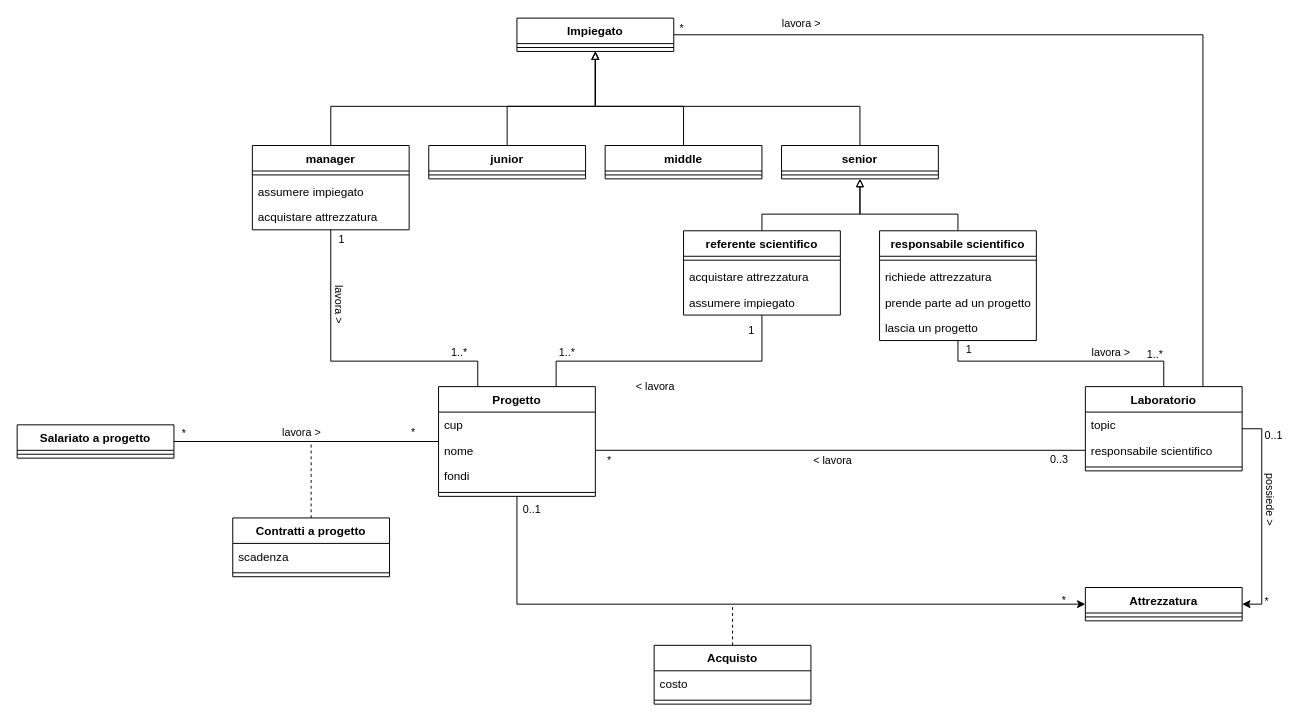
roberto-ingenito-progetto-OO-BD/progetto_OO_BD keeps this draw.io diagram as object_orientation/schemi/class diagram dominio del problema.drawio. Above is the earlier version. Source tidied: cells renumbered, new cells numbered last; positions are measured from the earlier drawing's top-left corner, leaving out a move shared by most shapes. Both pictures are drawn from the tidied source at 98%, with x=0, y=0 at pixel (17, 18).
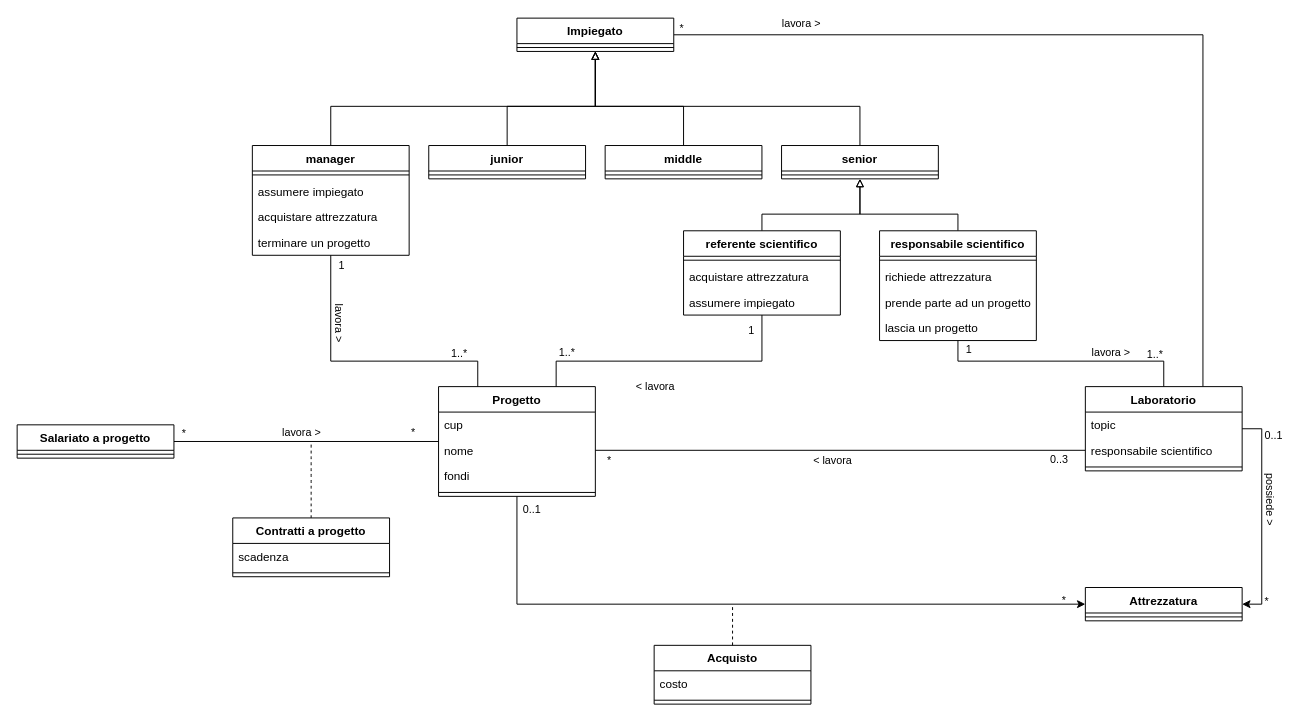
After the change.

Commit message:
aggiornato class diagriam problema

Change to the diagram source:
```diff
@@
     <mxCell id="58" value="manager" style="swimlane;fontStyle=1;align=center;verticalAlign=top;horizontal=1;startSize=26;" parent="1" vertex="1">
-      <mxGeometry x="240" y="130" width="160" height="86" as="geometry" />
+      <mxGeometry x="240" y="130" width="160" height="112" as="geometry" />
     </mxCell>
@@
+    <mxCell id="81" value="terminare un progetto" style="text;strokeColor=none;fillColor=none;align=left;verticalAlign=top;spacingLeft=4;spacingRight=4;overflow=hidden;" parent="58" vertex="1">
+      <mxGeometry y="86" width="160" height="26" as="geometry" />
+    </mxCell>
```
